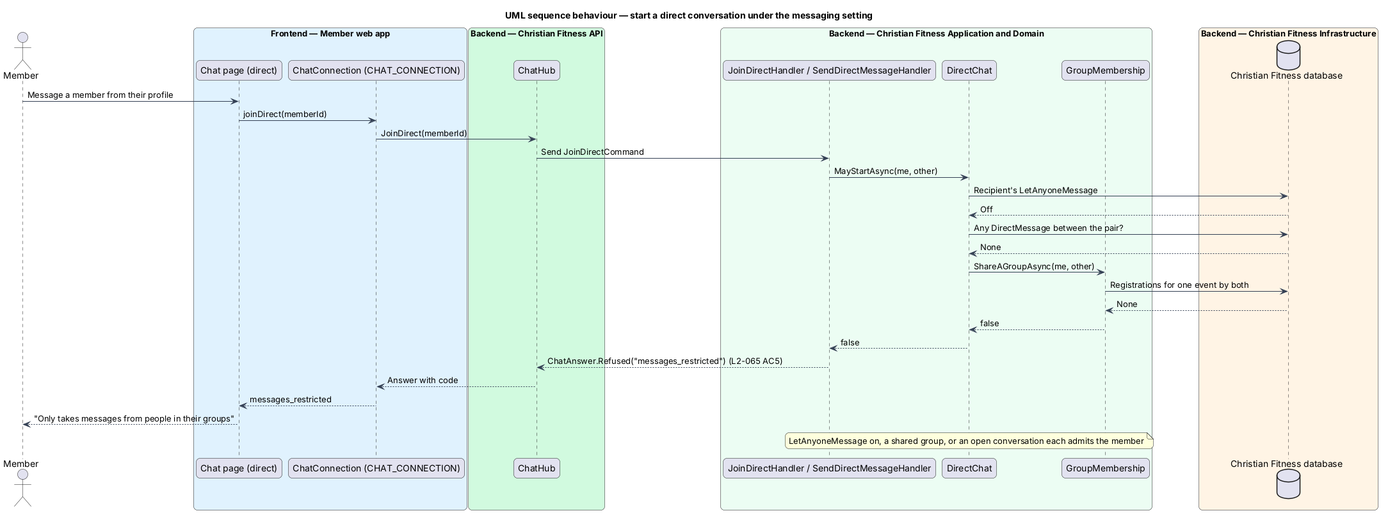
Earlier version of the PlantUML export docs/detailed-designs/preferences/set-privacy-and-suggestion-preferences/diagrams/sequence-start-conversation.png (QuinntyneBrown/christian-fitness). Its source is kept beside it as docs/detailed-designs/preferences/set-privacy-and-suggestion-preferences/diagrams/sequence-start-conversation.puml.
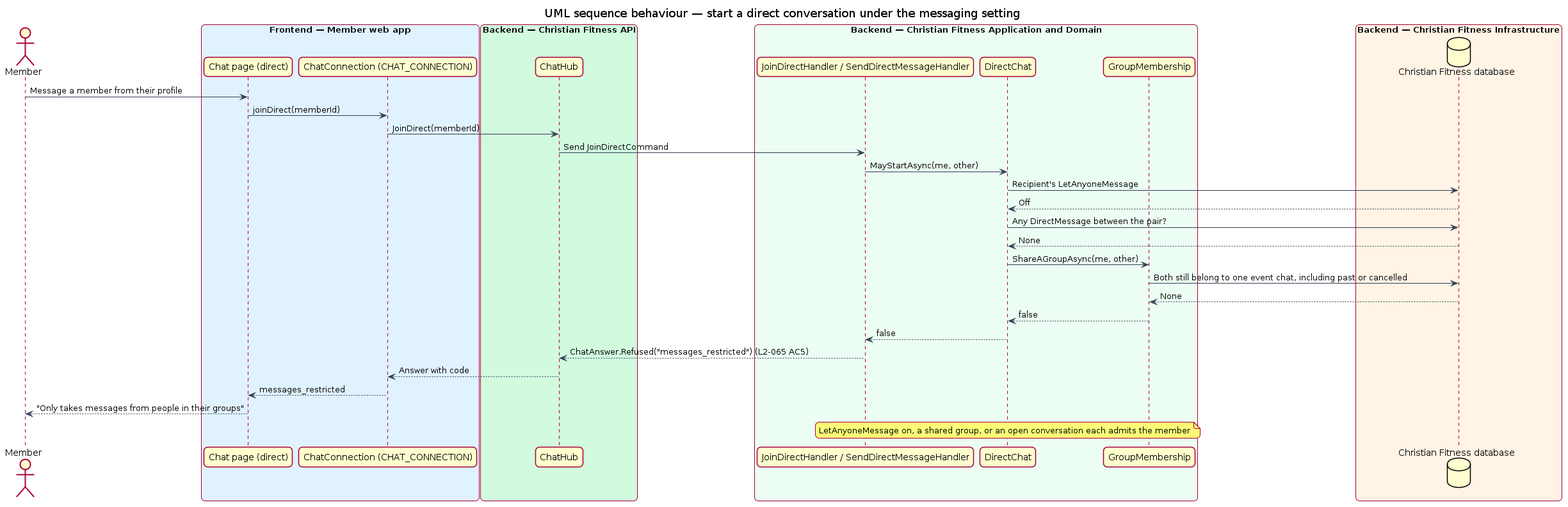
After the change.

Change to the diagram source:
```diff
@@ -31,7 +31,7 @@
 rule -> db : Any DirectMessage between the pair?
 db --> rule : None
 rule -> groups : ShareAGroupAsync(me, other)
-groups -> db : Registrations for one event by both
+groups -> db : Both still belong to one event chat, including past or cancelled
 db --> groups : None
 groups --> rule : false
 rule --> h : false
```
